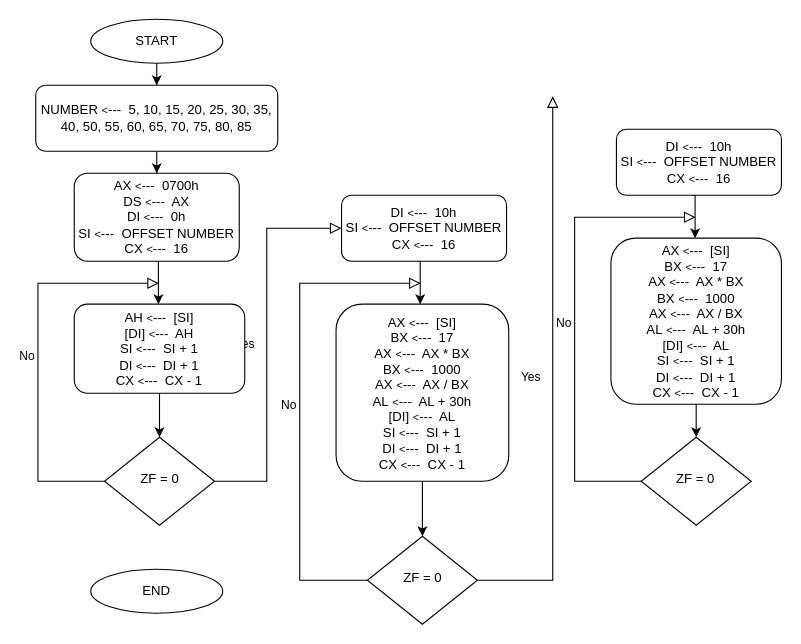
This is micro4.drawio from mmuurraatt/My-Projects-On-Github, a draw.io file, before an edit. Source tidied: cells renumbered, new cells numbered last; positions are measured from the earlier drawing's top-left corner, leaving out a move shared by most shapes. Both pictures are drawn from the tidied source at 110%, with x=0, y=0 at pixel (35, 19).
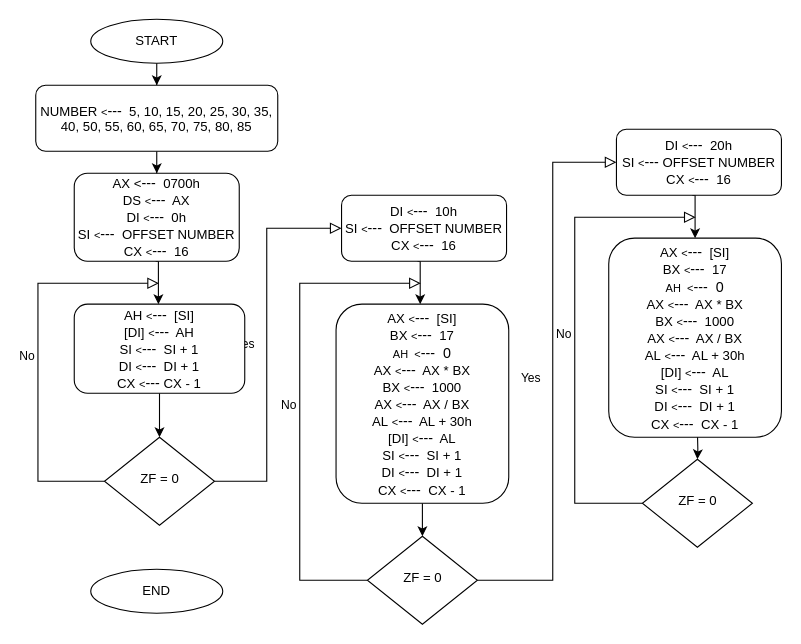
Above is the later version.

The change refers to these unchanged cells:
```xml
<mxCell id="19" value="ZF = 0" style="rhombus;whiteSpace=wrap;html=1;shadow=0;fontFamily=Helvetica;fontSize=12;align=center;strokeWidth=1;spacing=6;spacingTop=-4;" parent="1" vertex="1">
  <mxGeometry x="301.5" y="470" width="100" height="80" as="geometry" />
</mxCell>
```

What changed in the source:
```diff
@@
-    <mxCell id="3" value="AX &lt;font size=&quot;1&quot;&gt;&amp;lt;&lt;/font&gt;---&amp;nbsp; 0700h&lt;br&gt;DS&amp;nbsp;&lt;font style=&quot;font-size: 10px&quot;&gt;&amp;lt;&lt;/font&gt;&lt;font style=&quot;font-size: 12px&quot;&gt;---&lt;/font&gt;&amp;nbsp; AX&lt;br&gt;DI&amp;nbsp;&lt;font size=&quot;1&quot;&gt;&amp;lt;&lt;/font&gt;---&amp;nbsp; 0h&lt;br&gt;SI&amp;nbsp;&lt;font size=&quot;1&quot;&gt;&amp;lt;&lt;/font&gt;---&amp;nbsp; OFFSET NUMBER&lt;br&gt;CX&amp;nbsp;&lt;font size=&quot;1&quot;&gt;&amp;lt;&lt;/font&gt;---&amp;nbsp; 16" style="rounded=1;whiteSpace=wrap;html=1;fontSize=12;glass=0;strokeWidth=1;shadow=0;" parent="1" vertex="1">
+    <mxCell id="3" value="AX &lt;font&gt;&lt;font style=&quot;font-size: 12px&quot;&gt;&amp;lt;&lt;/font&gt;&lt;span style=&quot;font-size: 13px&quot;&gt;---&lt;/span&gt;&lt;/font&gt;&amp;nbsp; 0700h&lt;br&gt;DS&amp;nbsp;&lt;font style=&quot;font-size: 10px&quot;&gt;&amp;lt;&lt;/font&gt;&lt;font style=&quot;font-size: 13px&quot;&gt;---&lt;/font&gt;&amp;nbsp; AX&lt;br&gt;DI&amp;nbsp;&lt;font style=&quot;font-size: 10px&quot;&gt;&amp;lt;&lt;/font&gt;&lt;font style=&quot;font-size: 13px&quot;&gt;---&lt;/font&gt;&amp;nbsp; 0h&lt;br&gt;SI&amp;nbsp;&lt;font style=&quot;font-size: 10px&quot;&gt;&amp;lt;&lt;/font&gt;&lt;font style=&quot;font-size: 13px&quot;&gt;---&lt;/font&gt;&amp;nbsp; OFFSET NUMBER&lt;br&gt;CX&amp;nbsp;&lt;font style=&quot;font-size: 10px&quot;&gt;&amp;lt;&lt;/font&gt;&lt;font style=&quot;font-size: 13px&quot;&gt;---&lt;/font&gt;&amp;nbsp; 16" style="rounded=1;whiteSpace=wrap;html=1;fontSize=12;glass=0;strokeWidth=1;shadow=0;" parent="1" vertex="1">
       <mxGeometry x="35" y="140" width="150" height="80" as="geometry" />
     </mxCell>
@@
-    <mxCell id="11" value="NUMBER&amp;nbsp;&lt;font size=&quot;1&quot;&gt;&amp;lt;&lt;/font&gt;---&amp;nbsp; 5, 10, 15, 20, 25, 30, 35, 40, 50, 55, 60, 65, 70, 75, 80, 85" style="rounded=1;whiteSpace=wrap;html=1;fontSize=12;glass=0;strokeWidth=1;shadow=0;" parent="1" vertex="1">
+    <mxCell id="11" value="NUMBER&amp;nbsp;&lt;font style=&quot;font-size: 10px&quot;&gt;&amp;lt;&lt;/font&gt;&lt;font style=&quot;font-size: 13px&quot;&gt;---&lt;/font&gt;&amp;nbsp; 5, 10, 15, 20, 25, 30, 35, 40, 50, 55, 60, 65, 70, 75, 80, 85" style="rounded=1;whiteSpace=wrap;html=1;fontSize=12;glass=0;strokeWidth=1;shadow=0;" parent="1" vertex="1">
       <mxGeometry y="60" width="220" height="60" as="geometry" />
     </mxCell>
@@
-    <mxCell id="13" value="AH&amp;nbsp;&lt;font size=&quot;1&quot;&gt;&amp;lt;&lt;/font&gt;---&amp;nbsp; [SI]&lt;br&gt;[DI]&amp;nbsp;&lt;font style=&quot;font-size: 10px&quot;&gt;&amp;lt;&lt;/font&gt;&lt;font style=&quot;font-size: 12px&quot;&gt;---&lt;/font&gt;&amp;nbsp; AH&lt;br&gt;SI&amp;nbsp;&lt;font size=&quot;1&quot;&gt;&amp;lt;&lt;/font&gt;---&amp;nbsp; SI + 1&lt;br&gt;DI&amp;nbsp;&lt;font style=&quot;font-size: 10px&quot;&gt;&amp;lt;&lt;/font&gt;---&amp;nbsp; DI + 1&lt;br&gt;CX&amp;nbsp;&lt;font style=&quot;font-size: 10px&quot;&gt;&amp;lt;&lt;/font&gt;---&amp;nbsp; CX - 1" style="rounded=1;whiteSpace=wrap;html=1;fontSize=12;glass=0;strokeWidth=1;shadow=0;" parent="1" vertex="1">
+    <mxCell id="13" value="AH&amp;nbsp;&lt;font style=&quot;font-size: 10px&quot;&gt;&amp;lt;&lt;/font&gt;&lt;font style=&quot;font-size: 13px&quot;&gt;---&lt;/font&gt;&amp;nbsp; [SI]&lt;br&gt;[DI]&amp;nbsp;&lt;font style=&quot;font-size: 10px&quot;&gt;&amp;lt;&lt;/font&gt;&lt;font style=&quot;font-size: 13px&quot;&gt;---&lt;/font&gt;&amp;nbsp; AH&lt;br&gt;SI&amp;nbsp;&lt;font style=&quot;font-size: 10px&quot;&gt;&amp;lt;&lt;/font&gt;&lt;font style=&quot;font-size: 13px&quot;&gt;---&lt;/font&gt;&amp;nbsp; SI + 1&lt;br&gt;DI&amp;nbsp;&lt;font style=&quot;font-size: 10px&quot;&gt;&amp;lt;&lt;/font&gt;&lt;font style=&quot;font-size: 13px&quot;&gt;---&lt;/font&gt;&amp;nbsp; DI + 1&lt;br&gt;CX&amp;nbsp;&lt;font style=&quot;font-size: 10px&quot;&gt;&amp;lt;&lt;/font&gt;&lt;font style=&quot;font-size: 13px&quot;&gt;---&lt;/font&gt;&amp;nbsp;CX - 1" style="rounded=1;whiteSpace=wrap;html=1;fontSize=12;glass=0;strokeWidth=1;shadow=0;" parent="1" vertex="1">
       <mxGeometry x="35" y="259" width="155" height="81" as="geometry" />
     </mxCell>
@@
-    <mxCell id="16" value="DI&amp;nbsp;&lt;font size=&quot;1&quot;&gt;&amp;lt;&lt;/font&gt;---&amp;nbsp; 10h&lt;br&gt;SI&amp;nbsp;&lt;font size=&quot;1&quot;&gt;&amp;lt;&lt;/font&gt;---&amp;nbsp; OFFSET NUMBER&lt;br&gt;CX&amp;nbsp;&lt;font size=&quot;1&quot;&gt;&amp;lt;&lt;/font&gt;---&amp;nbsp; 16" style="rounded=1;whiteSpace=wrap;html=1;fontSize=12;glass=0;strokeWidth=1;shadow=0;" parent="1" vertex="1">
+    <mxCell id="16" value="DI&amp;nbsp;&lt;font style=&quot;font-size: 10px&quot;&gt;&amp;lt;&lt;/font&gt;&lt;font style=&quot;font-size: 13px&quot;&gt;---&lt;/font&gt;&amp;nbsp; 10h&lt;br&gt;SI&amp;nbsp;&lt;font style=&quot;font-size: 10px&quot;&gt;&amp;lt;&lt;/font&gt;&lt;font style=&quot;font-size: 13px&quot;&gt;---&lt;/font&gt;&amp;nbsp; OFFSET NUMBER&lt;br&gt;CX&amp;nbsp;&lt;font style=&quot;font-size: 10px&quot;&gt;&amp;lt;&lt;/font&gt;&lt;font style=&quot;font-size: 13px&quot;&gt;---&lt;/font&gt;&amp;nbsp; 16" style="rounded=1;whiteSpace=wrap;html=1;fontSize=12;glass=0;strokeWidth=1;shadow=0;" parent="1" vertex="1">
       <mxGeometry x="278" y="160" width="150" height="60" as="geometry" />
     </mxCell>
-    <mxCell id="17" value="Yes" style="rounded=0;html=1;jettySize=auto;fontSize=11;endArrow=block;endFill=0;endSize=8;strokeWidth=1;shadow=0;labelBackgroundColor=none;edgeStyle=orthogonalEdgeStyle;" parent="1" edge="1" source="19">
+    <mxCell id="17" value="Yes" style="rounded=0;html=1;jettySize=auto;fontSize=11;endArrow=block;endFill=0;endSize=8;strokeWidth=1;shadow=0;labelBackgroundColor=none;edgeStyle=orthogonalEdgeStyle;entryX=0;entryY=0.5;entryDx=0;entryDy=0;" parent="1" edge="1" source="19" target="24">
       <mxGeometry y="20" relative="1" as="geometry">
-        <mxPoint x="470" y="70" as="targetPoint" />
         <Array as="points">
           <mxPoint x="470" y="510" />
+          <mxPoint x="470" y="130" />
         </Array>
       </mxGeometry>
     </mxCell>
@@
-    <mxCell id="22" value="AX&amp;nbsp;&lt;font size=&quot;1&quot;&gt;&amp;lt;&lt;/font&gt;---&amp;nbsp; [SI]&lt;br&gt;BX&amp;nbsp;&lt;font style=&quot;font-size: 10px&quot;&gt;&amp;lt;&lt;/font&gt;&lt;font style=&quot;font-size: 12px&quot;&gt;---&lt;/font&gt;&amp;nbsp; 17&lt;br&gt;AX&amp;nbsp;&lt;font size=&quot;1&quot;&gt;&amp;lt;&lt;/font&gt;---&amp;nbsp; AX * BX&lt;br&gt;BX&amp;nbsp;&lt;font size=&quot;1&quot;&gt;&amp;lt;&lt;/font&gt;---&amp;nbsp; 1000&lt;br&gt;AX&amp;nbsp;&lt;font style=&quot;font-size: 10px&quot;&gt;&amp;lt;&lt;/font&gt;---&amp;nbsp; AX / BX&lt;br&gt;AL&amp;nbsp;&lt;font style=&quot;font-size: 10px&quot;&gt;&amp;lt;&lt;/font&gt;---&amp;nbsp; AL + 30h&lt;br&gt;[DI]&amp;nbsp;&lt;font size=&quot;1&quot;&gt;&amp;lt;&lt;/font&gt;---&amp;nbsp; AL&lt;br&gt;SI&amp;nbsp;&lt;font size=&quot;1&quot;&gt;&amp;lt;&lt;/font&gt;---&amp;nbsp; SI + 1&lt;br&gt;DI&amp;nbsp;&lt;font size=&quot;1&quot;&gt;&amp;lt;&lt;/font&gt;---&amp;nbsp; DI + 1&lt;br&gt;CX&amp;nbsp;&lt;font size=&quot;1&quot;&gt;&amp;lt;&lt;/font&gt;---&amp;nbsp; CX - 1" style="rounded=1;whiteSpace=wrap;html=1;fontSize=12;glass=0;strokeWidth=1;shadow=0;" parent="1" vertex="1">
-      <mxGeometry x="273" y="259" width="157" height="161" as="geometry" />
+    <mxCell id="22" value="AX&amp;nbsp;&lt;font style=&quot;font-size: 10px&quot;&gt;&amp;lt;&lt;/font&gt;&lt;font style=&quot;font-size: 13px&quot;&gt;---&lt;/font&gt;&amp;nbsp; [SI]&lt;br&gt;BX&amp;nbsp;&lt;font style=&quot;font-size: 10px&quot;&gt;&amp;lt;&lt;/font&gt;&lt;font style=&quot;font-size: 13px&quot;&gt;---&lt;/font&gt;&amp;nbsp; 17&lt;br&gt;&lt;font style=&quot;font-size: 10px&quot;&gt;AH&amp;nbsp; &amp;lt;&lt;/font&gt;&lt;font style=&quot;font-size: 13px&quot;&gt;---&amp;nbsp; 0&lt;/font&gt;&lt;br&gt;AX&amp;nbsp;&lt;font style=&quot;font-size: 10px&quot;&gt;&amp;lt;&lt;/font&gt;&lt;font style=&quot;font-size: 13px&quot;&gt;---&lt;/font&gt;&amp;nbsp; AX * BX&lt;br&gt;BX&amp;nbsp;&lt;font style=&quot;font-size: 10px&quot;&gt;&amp;lt;&lt;/font&gt;&lt;font style=&quot;font-size: 13px&quot;&gt;---&lt;/font&gt;&amp;nbsp; 1000&lt;br&gt;AX&amp;nbsp;&lt;font style=&quot;font-size: 10px&quot;&gt;&amp;lt;&lt;/font&gt;&lt;font style=&quot;font-size: 13px&quot;&gt;---&lt;/font&gt;&amp;nbsp; AX / BX&lt;br&gt;AL&amp;nbsp;&lt;font style=&quot;font-size: 10px&quot;&gt;&amp;lt;&lt;/font&gt;&lt;font style=&quot;font-size: 13px&quot;&gt;---&lt;/font&gt;&amp;nbsp; AL + 30h&lt;br&gt;[DI]&amp;nbsp;&lt;font style=&quot;font-size: 10px&quot;&gt;&amp;lt;&lt;/font&gt;&lt;font style=&quot;font-size: 13px&quot;&gt;---&lt;/font&gt;&amp;nbsp; AL&lt;br&gt;SI&amp;nbsp;&lt;font style=&quot;font-size: 10px&quot;&gt;&amp;lt;&lt;/font&gt;&lt;font style=&quot;font-size: 13px&quot;&gt;---&lt;/font&gt;&amp;nbsp; SI + 1&lt;br&gt;DI&amp;nbsp;&lt;font style=&quot;font-size: 10px&quot;&gt;&amp;lt;&lt;/font&gt;&lt;font style=&quot;font-size: 13px&quot;&gt;---&lt;/font&gt;&amp;nbsp; DI + 1&lt;br&gt;CX&amp;nbsp;&lt;font style=&quot;font-size: 10px&quot;&gt;&amp;lt;&lt;/font&gt;&lt;font style=&quot;font-size: 13px&quot;&gt;---&lt;/font&gt;&amp;nbsp; CX - 1" style="rounded=1;whiteSpace=wrap;html=1;fontSize=12;glass=0;strokeWidth=1;shadow=0;" parent="1" vertex="1">
+      <mxGeometry x="273" y="259" width="157" height="181" as="geometry" />
     </mxCell>
@@
-    <mxCell id="24" value="DI&amp;nbsp;&lt;font size=&quot;1&quot;&gt;&amp;lt;&lt;/font&gt;---&amp;nbsp; 10h&lt;br&gt;SI&amp;nbsp;&lt;font size=&quot;1&quot;&gt;&amp;lt;&lt;/font&gt;---&amp;nbsp; OFFSET NUMBER&lt;br&gt;CX&amp;nbsp;&lt;font size=&quot;1&quot;&gt;&amp;lt;&lt;/font&gt;---&amp;nbsp; 16" style="rounded=1;whiteSpace=wrap;html=1;fontSize=12;glass=0;strokeWidth=1;shadow=0;" parent="1" vertex="1">
+    <mxCell id="24" value="DI&amp;nbsp;&lt;font style=&quot;font-size: 10px&quot;&gt;&amp;lt;&lt;/font&gt;&lt;font style=&quot;font-size: 13px&quot;&gt;---&lt;/font&gt;&amp;nbsp; 20h&lt;br&gt;SI&amp;nbsp;&lt;font style=&quot;font-size: 10px&quot;&gt;&amp;lt;&lt;/font&gt;&lt;font style=&quot;font-size: 13px&quot;&gt;---&lt;/font&gt;&amp;nbsp;OFFSET NUMBER&lt;br&gt;CX&amp;nbsp;&lt;font style=&quot;font-size: 10px&quot;&gt;&amp;lt;&lt;/font&gt;&lt;font style=&quot;font-size: 13px&quot;&gt;---&lt;/font&gt;&amp;nbsp; 16" style="rounded=1;whiteSpace=wrap;html=1;fontSize=12;glass=0;strokeWidth=1;shadow=0;" parent="1" vertex="1">
       <mxGeometry x="527.9" y="100" width="150" height="60" as="geometry" />
     </mxCell>
     <mxCell id="25" value="No" style="edgeStyle=orthogonalEdgeStyle;rounded=0;html=1;jettySize=auto;fontSize=11;endArrow=block;endFill=0;endSize=8;strokeWidth=1;shadow=0;labelBackgroundColor=none;exitX=0;exitY=0.5;exitDx=0;exitDy=0;" parent="1" edge="1" source="26">
       <mxGeometry y="10" relative="1" as="geometry">
         <mxPoint x="599.9" y="180" as="targetPoint" />
         <Array as="points">
-          <mxPoint x="489.9" y="420" />
-          <mxPoint x="489.9" y="180" />
+          <mxPoint x="490" y="440" />
+          <mxPoint x="490" y="180" />
         </Array>
       </mxGeometry>
     </mxCell>
     <mxCell id="26" value="ZF = 0" style="rhombus;whiteSpace=wrap;html=1;shadow=0;fontFamily=Helvetica;fontSize=12;align=center;strokeWidth=1;spacing=6;spacingTop=-4;" parent="1" vertex="1">
-      <mxGeometry x="550.4" y="380" width="100" height="80" as="geometry" />
+      <mxGeometry x="551.5" y="400" width="100" height="80" as="geometry" />
     </mxCell>
@@
-    <mxCell id="28" style="edgeStyle=orthogonalEdgeStyle;rounded=0;jettySize=auto;html=1;" parent="1" edge="1" source="29" target="26">
-      <mxGeometry relative="1" as="geometry" />
+    <mxCell id="28" style="edgeStyle=orthogonalEdgeStyle;rounded=0;jettySize=auto;html=1;" parent="1" edge="1" target="26">
+      <mxGeometry relative="1" as="geometry">
+        <mxPoint x="601.4" y="370" as="sourcePoint" />
+      </mxGeometry>
     </mxCell>
-    <mxCell id="29" value="AX&amp;nbsp;&lt;font size=&quot;1&quot;&gt;&amp;lt;&lt;/font&gt;---&amp;nbsp; [SI]&lt;br&gt;BX&amp;nbsp;&lt;font style=&quot;font-size: 10px&quot;&gt;&amp;lt;&lt;/font&gt;&lt;font style=&quot;font-size: 12px&quot;&gt;---&lt;/font&gt;&amp;nbsp; 17&lt;br&gt;AX&amp;nbsp;&lt;font size=&quot;1&quot;&gt;&amp;lt;&lt;/font&gt;---&amp;nbsp; AX * BX&lt;br&gt;BX&amp;nbsp;&lt;font size=&quot;1&quot;&gt;&amp;lt;&lt;/font&gt;---&amp;nbsp; 1000&lt;br&gt;AX&amp;nbsp;&lt;font style=&quot;font-size: 10px&quot;&gt;&amp;lt;&lt;/font&gt;---&amp;nbsp; AX / BX&lt;br&gt;AL&amp;nbsp;&lt;font style=&quot;font-size: 10px&quot;&gt;&amp;lt;&lt;/font&gt;---&amp;nbsp; AL + 30h&lt;br&gt;[DI]&amp;nbsp;&lt;font size=&quot;1&quot;&gt;&amp;lt;&lt;/font&gt;---&amp;nbsp; AL&lt;br&gt;SI&amp;nbsp;&lt;font size=&quot;1&quot;&gt;&amp;lt;&lt;/font&gt;---&amp;nbsp; SI + 1&lt;br&gt;DI&amp;nbsp;&lt;font size=&quot;1&quot;&gt;&amp;lt;&lt;/font&gt;---&amp;nbsp; DI + 1&lt;br&gt;CX&amp;nbsp;&lt;font size=&quot;1&quot;&gt;&amp;lt;&lt;/font&gt;---&amp;nbsp; CX - 1" style="rounded=1;whiteSpace=wrap;html=1;fontSize=12;glass=0;strokeWidth=1;shadow=0;" parent="1" vertex="1">
-      <mxGeometry x="522.9" y="199" width="155" height="151" as="geometry" />
-    </mxCell>
+    <mxCell id="30" value="AX&amp;nbsp;&lt;font style=&quot;font-size: 10px&quot;&gt;&amp;lt;&lt;/font&gt;&lt;font style=&quot;font-size: 13px&quot;&gt;---&lt;/font&gt;&amp;nbsp; [SI]&lt;br&gt;BX&amp;nbsp;&lt;font style=&quot;font-size: 10px&quot;&gt;&amp;lt;&lt;/font&gt;&lt;font style=&quot;font-size: 13px&quot;&gt;---&lt;/font&gt;&amp;nbsp; 17&lt;br&gt;&lt;font style=&quot;font-size: 10px&quot;&gt;AH&amp;nbsp; &amp;lt;&lt;/font&gt;&lt;font style=&quot;font-size: 13px&quot;&gt;---&amp;nbsp; 0&lt;/font&gt;&lt;br&gt;AX&amp;nbsp;&lt;font style=&quot;font-size: 10px&quot;&gt;&amp;lt;&lt;/font&gt;&lt;font style=&quot;font-size: 13px&quot;&gt;---&lt;/font&gt;&amp;nbsp; AX * BX&lt;br&gt;BX&amp;nbsp;&lt;font style=&quot;font-size: 10px&quot;&gt;&amp;lt;&lt;/font&gt;&lt;font style=&quot;font-size: 13px&quot;&gt;---&lt;/font&gt;&amp;nbsp; 1000&lt;br&gt;AX&amp;nbsp;&lt;font style=&quot;font-size: 10px&quot;&gt;&amp;lt;&lt;/font&gt;&lt;font style=&quot;font-size: 13px&quot;&gt;---&lt;/font&gt;&amp;nbsp; AX / BX&lt;br&gt;AL&amp;nbsp;&lt;font style=&quot;font-size: 10px&quot;&gt;&amp;lt;&lt;/font&gt;&lt;font style=&quot;font-size: 13px&quot;&gt;---&lt;/font&gt;&amp;nbsp; AL + 30h&lt;br&gt;[DI]&amp;nbsp;&lt;font style=&quot;font-size: 10px&quot;&gt;&amp;lt;&lt;/font&gt;&lt;font style=&quot;font-size: 13px&quot;&gt;---&lt;/font&gt;&amp;nbsp; AL&lt;br&gt;SI&amp;nbsp;&lt;font style=&quot;font-size: 10px&quot;&gt;&amp;lt;&lt;/font&gt;&lt;font style=&quot;font-size: 13px&quot;&gt;---&lt;/font&gt;&amp;nbsp; SI + 1&lt;br&gt;DI&amp;nbsp;&lt;font style=&quot;font-size: 10px&quot;&gt;&amp;lt;&lt;/font&gt;&lt;font style=&quot;font-size: 13px&quot;&gt;---&lt;/font&gt;&amp;nbsp; DI + 1&lt;br&gt;CX&amp;nbsp;&lt;font style=&quot;font-size: 10px&quot;&gt;&amp;lt;&lt;/font&gt;&lt;font style=&quot;font-size: 13px&quot;&gt;---&lt;/font&gt;&amp;nbsp; CX - 1" style="rounded=1;whiteSpace=wrap;html=1;fontSize=12;glass=0;strokeWidth=1;shadow=0;" parent="1" vertex="1">
+      <mxGeometry x="520.9" y="199" width="157" height="181" as="geometry" />
+    </mxCell>
```
